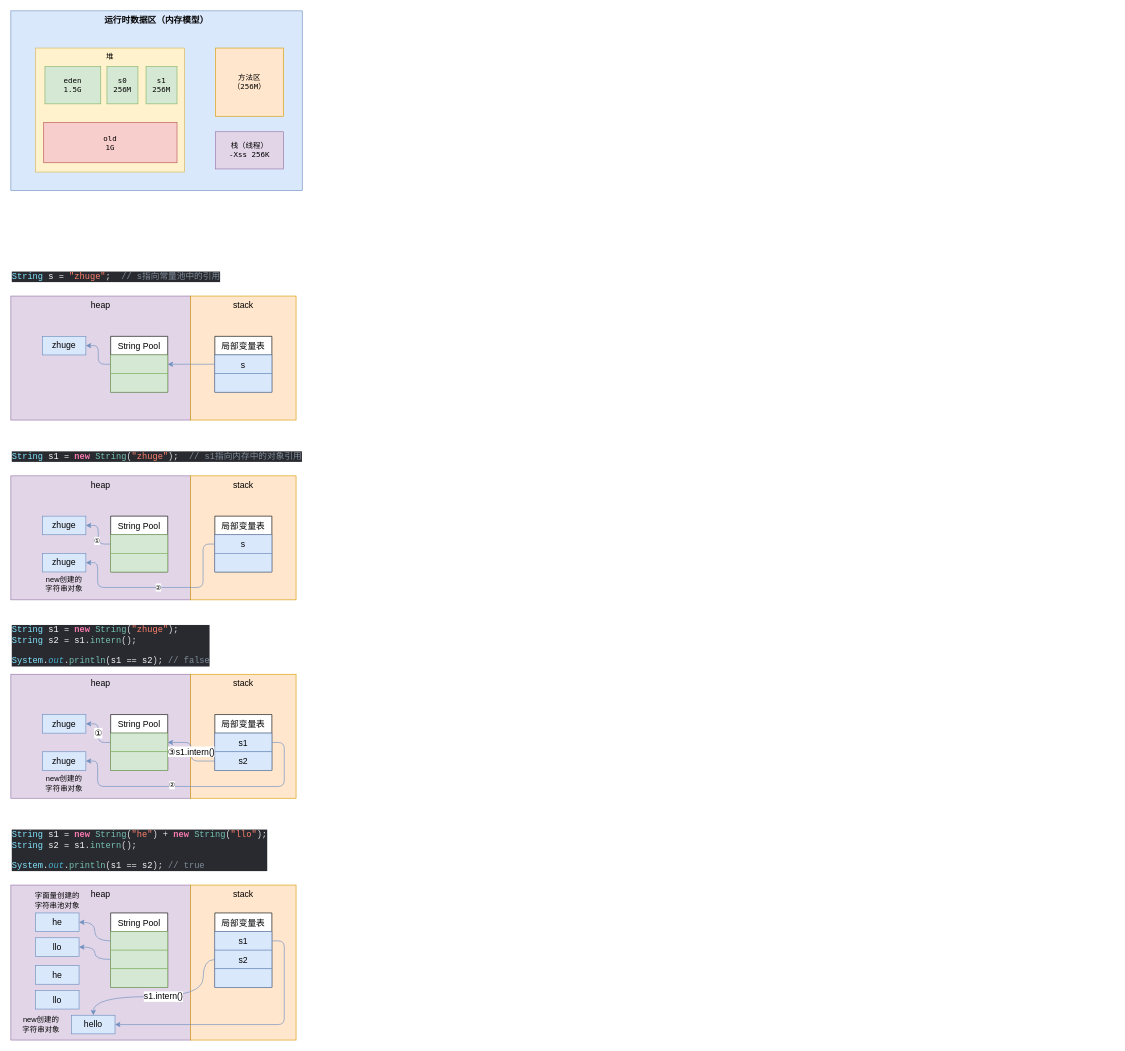
Above: Untitled Diagram.drawio in songailin/draw (draw.io), before the change. Source tidied: cells renumbered, new cells numbered last; positions are measured from the earlier drawing's top-left corner, leaving out a move shared by most shapes. Both pictures are drawn from the tidied source at 62%, with x=0, y=0 at pixel (11, 11).
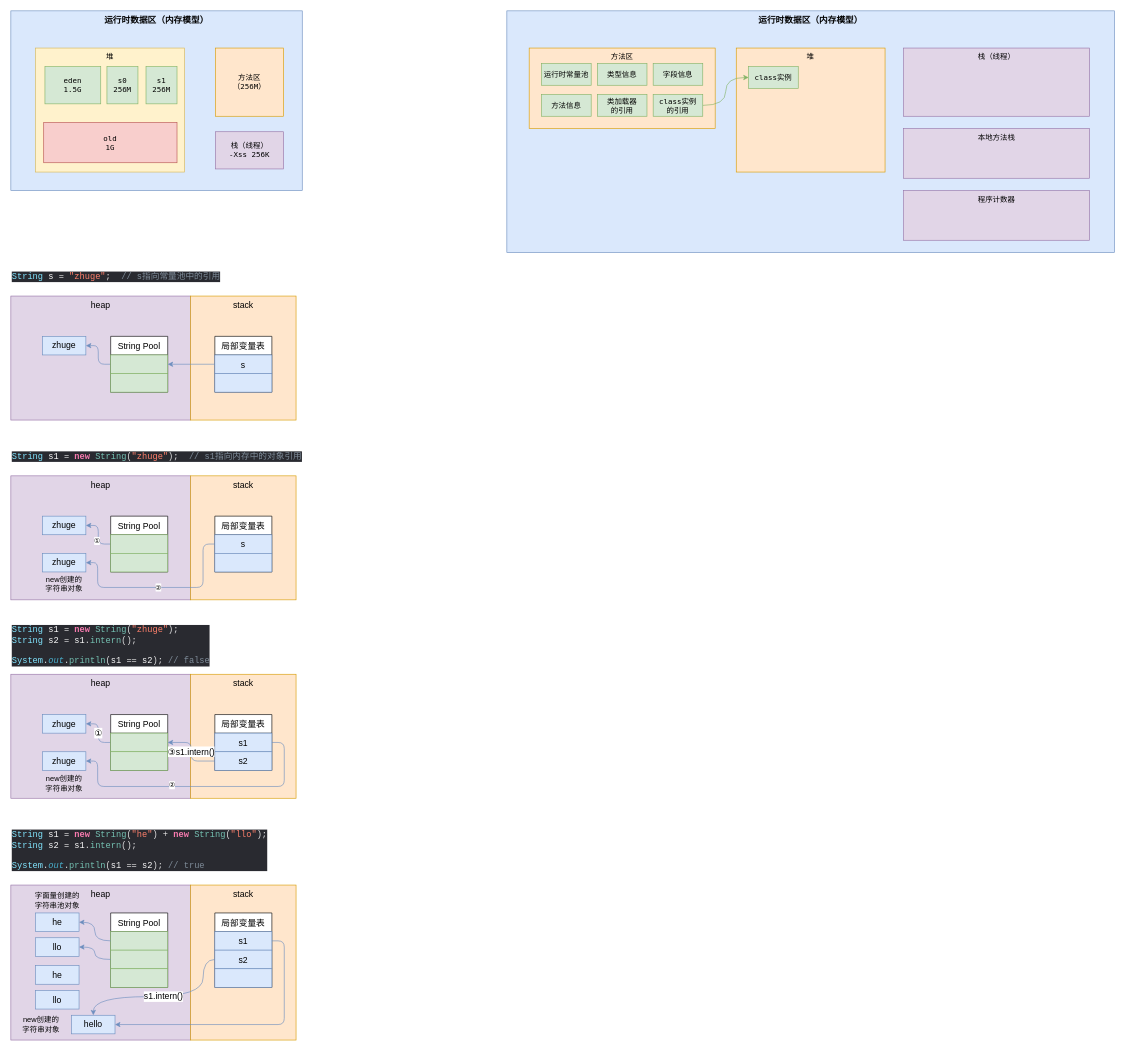
The same diagram, later.

What changed in the source:
```diff
@@
+    <mxCell id="76" value="&lt;font style=&quot;font-size: 14px&quot;&gt;运行时数据区（内存模型）&lt;/font&gt;" style="rounded=0;whiteSpace=wrap;html=1;fillColor=#dae8fc;strokeColor=#6c8ebf;align=center;verticalAlign=top;fontStyle=1;fontFamily=Lucida Console;" parent="1" vertex="1">
+      <mxGeometry x="800" width="980" height="390" as="geometry" />
+    </mxCell>
+    <mxCell id="77" value="堆" style="rounded=0;whiteSpace=wrap;html=1;verticalAlign=top;fillColor=#ffe6cc;strokeColor=#d79b00;fontFamily=Lucida Console;" parent="1" vertex="1">
+      <mxGeometry x="1170" y="60" width="240" height="200" as="geometry" />
+    </mxCell>
+    <mxCell id="78" value="方法区&lt;br&gt;" style="whiteSpace=wrap;html=1;verticalAlign=top;fillColor=#ffe6cc;strokeColor=#d79b00;fontFamily=Lucida Console;horizontal=1;" parent="1" vertex="1">
+      <mxGeometry x="836" y="60" width="300" height="130" as="geometry" />
+    </mxCell>
+    <mxCell id="79" value="栈（线程）" style="rounded=0;whiteSpace=wrap;html=1;verticalAlign=top;fillColor=#e1d5e7;strokeColor=#9673a6;fontFamily=Lucida Console;" parent="1" vertex="1">
+      <mxGeometry x="1440" y="60" width="300" height="110" as="geometry" />
+    </mxCell>
+    <mxCell id="80" value="运行时常量池" style="rounded=0;whiteSpace=wrap;html=1;fillColor=#d5e8d4;strokeColor=#82b366;fontFamily=Lucida Console;" parent="1" vertex="1">
+      <mxGeometry x="856" y="85" width="80" height="35" as="geometry" />
+    </mxCell>
+    <mxCell id="81" value="类型信息" style="rounded=0;whiteSpace=wrap;html=1;fillColor=#d5e8d4;strokeColor=#82b366;fontFamily=Lucida Console;" parent="1" vertex="1">
+      <mxGeometry x="946" y="85" width="80" height="35" as="geometry" />
+    </mxCell>
+    <mxCell id="82" value="字段信息" style="rounded=0;whiteSpace=wrap;html=1;fillColor=#d5e8d4;strokeColor=#82b366;fontFamily=Lucida Console;" parent="1" vertex="1">
+      <mxGeometry x="1036" y="85" width="80" height="35" as="geometry" />
+    </mxCell>
+    <mxCell id="83" value="方法信息" style="rounded=0;whiteSpace=wrap;html=1;fillColor=#d5e8d4;strokeColor=#82b366;fontFamily=Lucida Console;" parent="1" vertex="1">
+      <mxGeometry x="856" y="135" width="80" height="35" as="geometry" />
+    </mxCell>
+    <mxCell id="84" value="类加载器&lt;br&gt;的引用" style="rounded=0;whiteSpace=wrap;html=1;fillColor=#d5e8d4;strokeColor=#82b366;fontFamily=Lucida Console;" parent="1" vertex="1">
+      <mxGeometry x="946" y="135" width="80" height="35" as="geometry" />
+    </mxCell>
+    <mxCell id="85" style="edgeStyle=orthogonalEdgeStyle;jettySize=auto;html=1;entryX=0;entryY=0.5;entryDx=0;entryDy=0;fillColor=#d5e8d4;strokeColor=#82b366;curved=1;" parent="1" edge="1" source="86" target="87">
+      <mxGeometry relative="1" as="geometry" />
+    </mxCell>
+    <mxCell id="86" value="class实例&lt;br&gt;的引用" style="rounded=0;whiteSpace=wrap;html=1;fillColor=#d5e8d4;strokeColor=#82b366;fontFamily=Lucida Console;" parent="1" vertex="1">
+      <mxGeometry x="1036" y="135" width="80" height="35" as="geometry" />
+    </mxCell>
+    <mxCell id="87" value="class实例" style="rounded=0;whiteSpace=wrap;html=1;fillColor=#d5e8d4;strokeColor=#82b366;fontFamily=Lucida Console;" parent="1" vertex="1">
+      <mxGeometry x="1190" y="90" width="80" height="35" as="geometry" />
+    </mxCell>
+    <mxCell id="88" value="本地方法栈" style="rounded=0;whiteSpace=wrap;html=1;verticalAlign=top;fillColor=#e1d5e7;strokeColor=#9673a6;fontFamily=Lucida Console;" parent="1" vertex="1">
+      <mxGeometry x="1440" y="190" width="300" height="80" as="geometry" />
+    </mxCell>
+    <mxCell id="89" value="程序计数器" style="rounded=0;whiteSpace=wrap;html=1;verticalAlign=top;fillColor=#e1d5e7;strokeColor=#9673a6;fontFamily=Lucida Console;" parent="1" vertex="1">
+      <mxGeometry x="1440" y="290" width="300" height="80" as="geometry" />
+    </mxCell>
```
